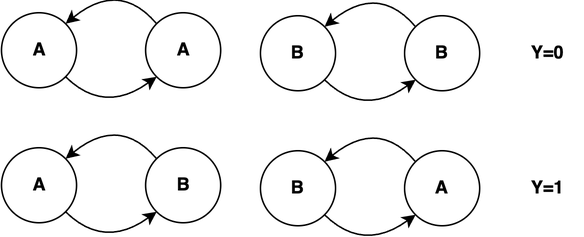
cair/GraphTsetlinMachine keeps this draw.io diagram as figures/NoisyXOR.png. Above is the earlier version. Source tidied: cells renumbered, new cells last; positions are measured from the earlier drawing's top-left corner, leaving out a move shared by most shapes.
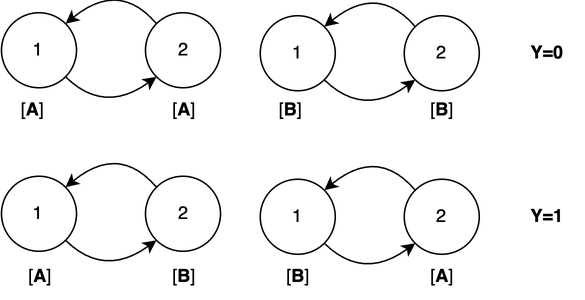
After the commit.

Diff of the diagram source:
```diff
@@ -2,10 +2,10 @@
   <root>
     <mxCell id="0" />
     <mxCell id="1" parent="0" />
-    <mxCell id="2" value="&lt;div style=&quot;&quot;&gt;&lt;b style=&quot;background-color: initial;&quot;&gt;A&lt;/b&gt;&lt;/div&gt;" style="ellipse;whiteSpace=wrap;html=1;align=center;" parent="1" vertex="1">
+    <mxCell id="2" value="&lt;div style=&quot;&quot;&gt;&lt;span style=&quot;background-color: initial;&quot;&gt;1&lt;/span&gt;&lt;/div&gt;" style="ellipse;whiteSpace=wrap;html=1;align=center;" parent="1" vertex="1">
       <mxGeometry x="-0.5" y="22" width="50" height="50" as="geometry" />
     </mxCell>
-    <mxCell id="3" value="&lt;b&gt;A&lt;/b&gt;" style="ellipse;whiteSpace=wrap;html=1;" parent="1" vertex="1">
+    <mxCell id="3" value="2" style="ellipse;whiteSpace=wrap;html=1;" parent="1" vertex="1">
       <mxGeometry x="95.5" y="22" width="50" height="50" as="geometry" />
     </mxCell>
     <mxCell id="4" style="curved=1;endArrow=classic;html=1;rounded=0;exitX=1;exitY=1;exitDx=0;exitDy=0;entryX=0;entryY=1;entryDx=0;entryDy=0;" parent="1" edge="1" source="2" target="3">
@@ -22,10 +22,10 @@
         </Array>
       </mxGeometry>
     </mxCell>
-    <mxCell id="6" value="&lt;b&gt;B&lt;/b&gt;" style="ellipse;whiteSpace=wrap;html=1;" parent="1" vertex="1">
+    <mxCell id="6" value="1" style="ellipse;whiteSpace=wrap;html=1;" parent="1" vertex="1">
       <mxGeometry x="172" y="24" width="50" height="50" as="geometry" />
     </mxCell>
-    <mxCell id="7" value="&lt;b&gt;B&lt;/b&gt;" style="ellipse;whiteSpace=wrap;html=1;" parent="1" vertex="1">
+    <mxCell id="7" value="2" style="ellipse;whiteSpace=wrap;html=1;" parent="1" vertex="1">
       <mxGeometry x="268" y="24" width="50" height="50" as="geometry" />
     </mxCell>
     <mxCell id="8" style="curved=1;endArrow=classic;html=1;rounded=0;exitX=1;exitY=1;exitDx=0;exitDy=0;entryX=0;entryY=1;entryDx=0;entryDy=0;" parent="1" edge="1" source="6" target="7">
@@ -45,48 +45,72 @@
     <mxCell id="10" value="Y=0" style="text;html=1;align=center;verticalAlign=middle;strokeColor=none;fillColor=none;fontStyle=1;" parent="1" vertex="1">
       <mxGeometry x="338" y="34" width="50" height="30" as="geometry" />
     </mxCell>
-    <mxCell id="11" value="&lt;b&gt;A&lt;/b&gt;" style="ellipse;whiteSpace=wrap;html=1;" parent="1" vertex="1">
-      <mxGeometry x="-0.5" y="112" width="50" height="50" as="geometry" />
+    <mxCell id="11" value="1" style="ellipse;whiteSpace=wrap;html=1;" parent="1" vertex="1">
+      <mxGeometry x="-0.5" y="131" width="50" height="50" as="geometry" />
     </mxCell>
-    <mxCell id="12" value="&lt;b&gt;B&lt;/b&gt;" style="ellipse;whiteSpace=wrap;html=1;" parent="1" vertex="1">
-      <mxGeometry x="95.5" y="112" width="50" height="50" as="geometry" />
+    <mxCell id="12" value="2" style="ellipse;whiteSpace=wrap;html=1;" parent="1" vertex="1">
+      <mxGeometry x="95.5" y="131" width="50" height="50" as="geometry" />
     </mxCell>
     <mxCell id="13" style="curved=1;endArrow=classic;html=1;rounded=0;exitX=1;exitY=1;exitDx=0;exitDy=0;entryX=0;entryY=1;entryDx=0;entryDy=0;" parent="1" edge="1" source="11" target="12">
       <mxGeometry relative="1" as="geometry">
         <Array as="points">
-          <mxPoint x="68" y="180" />
+          <mxPoint x="68" y="199" />
         </Array>
       </mxGeometry>
     </mxCell>
     <mxCell id="14" style="curved=1;endArrow=none;html=1;rounded=0;exitX=1;exitY=0;exitDx=0;exitDy=0;entryX=0;entryY=0;entryDx=0;entryDy=0;startArrow=classic;startFill=1;endFill=0;" parent="1" edge="1" source="11" target="12">
       <mxGeometry relative="1" as="geometry">
         <Array as="points">
-          <mxPoint x="78" y="90" />
+          <mxPoint x="78" y="109" />
         </Array>
       </mxGeometry>
     </mxCell>
-    <mxCell id="15" value="&lt;b&gt;B&lt;/b&gt;" style="ellipse;whiteSpace=wrap;html=1;" parent="1" vertex="1">
-      <mxGeometry x="172" y="114" width="50" height="50" as="geometry" />
+    <mxCell id="15" value="1" style="ellipse;whiteSpace=wrap;html=1;" parent="1" vertex="1">
+      <mxGeometry x="172" y="133" width="50" height="50" as="geometry" />
     </mxCell>
-    <mxCell id="16" value="&lt;b&gt;A&lt;/b&gt;" style="ellipse;whiteSpace=wrap;html=1;" parent="1" vertex="1">
-      <mxGeometry x="268" y="114" width="50" height="50" as="geometry" />
+    <mxCell id="16" value="2" style="ellipse;whiteSpace=wrap;html=1;" parent="1" vertex="1">
+      <mxGeometry x="268" y="133" width="50" height="50" as="geometry" />
     </mxCell>
     <mxCell id="17" style="curved=1;endArrow=classic;html=1;rounded=0;exitX=1;exitY=1;exitDx=0;exitDy=0;entryX=0;entryY=1;entryDx=0;entryDy=0;" parent="1" edge="1" source="15" target="16">
       <mxGeometry relative="1" as="geometry">
         <Array as="points">
-          <mxPoint x="240.5" y="182" />
+          <mxPoint x="240.5" y="201" />
         </Array>
       </mxGeometry>
     </mxCell>
     <mxCell id="18" style="curved=1;endArrow=none;html=1;rounded=0;exitX=1;exitY=0;exitDx=0;exitDy=0;entryX=0;entryY=0;entryDx=0;entryDy=0;startArrow=classic;startFill=1;endFill=0;" parent="1" edge="1" source="15" target="16">
       <mxGeometry relative="1" as="geometry">
         <Array as="points">
-          <mxPoint x="250.5" y="92" />
+          <mxPoint x="250.5" y="111" />
         </Array>
       </mxGeometry>
     </mxCell>
     <mxCell id="19" value="Y=1" style="text;html=1;align=center;verticalAlign=middle;strokeColor=none;fillColor=none;fontStyle=1;" parent="1" vertex="1">
-      <mxGeometry x="338" y="124" width="50" height="30" as="geometry" />
+      <mxGeometry x="338" y="143" width="50" height="30" as="geometry" />
     </mxCell>
+    <mxCell id="20" value="[&lt;b&gt;A&lt;/b&gt;]" style="text;html=1;align=center;verticalAlign=middle;strokeColor=none;fillColor=none;" parent="1" vertex="1">
+      <mxGeometry x="-0.5" y="72" width="40" height="30" as="geometry" />
+    </mxCell>
+    <mxCell id="21" value="[&lt;b&gt;B&lt;/b&gt;]" style="text;html=1;align=center;verticalAlign=middle;strokeColor=none;fillColor=none;" parent="1" vertex="1">
+      <mxGeometry x="177" y="183" width="40" height="30" as="geometry" />
+    </mxCell>
+    <mxCell id="22" value="[&lt;b&gt;B&lt;/b&gt;]" style="text;html=1;align=center;verticalAlign=middle;strokeColor=none;fillColor=none;" parent="1" vertex="1">
+      <mxGeometry x="273" y="72" width="40" height="30" as="geometry" />
+    </mxCell>
+    <mxCell id="23" value="[&lt;b&gt;A&lt;/b&gt;]" style="text;html=1;align=center;verticalAlign=middle;strokeColor=none;fillColor=none;" parent="1" vertex="1">
+      <mxGeometry x="4.5" y="183" width="40" height="30" as="geometry" />
+    </mxCell>
+    <mxCell id="24" value="[&lt;b&gt;B&lt;/b&gt;]" style="text;html=1;align=center;verticalAlign=middle;strokeColor=none;fillColor=none;" parent="1" vertex="1">
+      <mxGeometry x="172" y="72" width="40" height="30" as="geometry" />
+    </mxCell>
+    <mxCell id="25" value="[&lt;b&gt;B&lt;/b&gt;]" style="text;html=1;align=center;verticalAlign=middle;strokeColor=none;fillColor=none;" parent="1" vertex="1">
+      <mxGeometry x="100.5" y="183" width="40" height="30" as="geometry" />
+    </mxCell>
+    <mxCell id="26" value="[&lt;b&gt;A&lt;/b&gt;]" style="text;html=1;align=center;verticalAlign=middle;strokeColor=none;fillColor=none;" parent="1" vertex="1">
+      <mxGeometry x="100.5" y="72" width="40" height="30" as="geometry" />
+    </mxCell>
+    <mxCell id="27" value="[&lt;b&gt;A&lt;/b&gt;]" style="text;html=1;align=center;verticalAlign=middle;strokeColor=none;fillColor=none;" parent="1" vertex="1">
+      <mxGeometry x="273" y="183" width="40" height="30" as="geometry" />
+    </mxCell>
   </root>
 </mxGraphModel>
```
